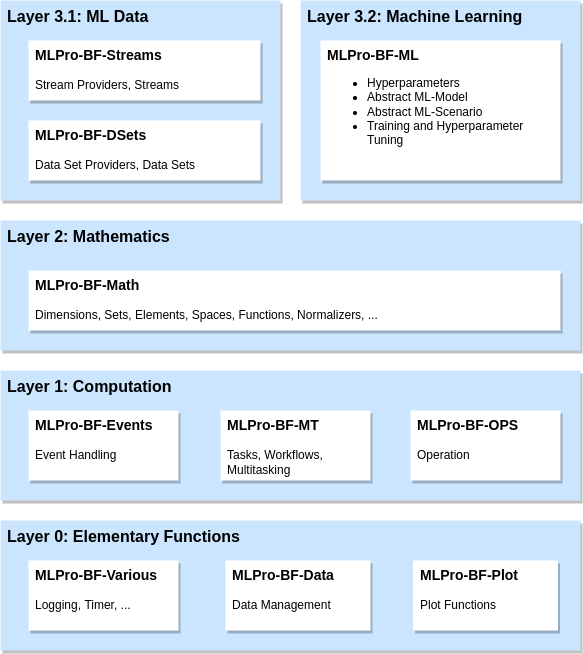
This is doc/rtd/content/append2/core/images/bf/MLPro-BF_Overview.drawio.png from fhswf/MLPro, a draw.io export, as it was before one commit. Source tidied: cells renumbered, new cells last; positions are measured from the earlier drawing's top-left corner, leaving out a move shared by most shapes.
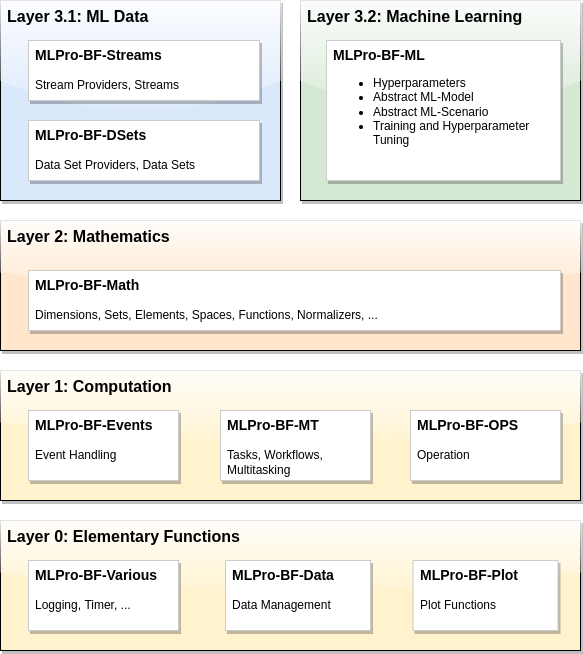
The same file after the commit.

Change to the diagram source:
```diff
@@ -2,49 +2,49 @@
   <root>
     <mxCell id="0" />
     <mxCell id="1" parent="0" />
-    <mxCell id="2" value="Layer 0: Elementary Functions" style="rounded=0;whiteSpace=wrap;html=1;shadow=1;glass=0;fontSize=16;align=left;labelPosition=center;verticalLabelPosition=middle;verticalAlign=top;spacingLeft=5;fontStyle=1;strokeColor=none;fillColor=#cce5ff;gradientColor=none;" parent="1" vertex="1">
+    <mxCell id="2" value="Layer 0: Elementary Functions" style="rounded=0;whiteSpace=wrap;html=1;shadow=1;glass=1;fontSize=16;align=left;labelPosition=center;verticalLabelPosition=middle;verticalAlign=top;spacingLeft=5;fontStyle=1;strokeColor=default;fillColor=#fff2cc;strokeWidth=1;fontFamily=Helvetica;" parent="1" vertex="1">
       <mxGeometry y="520" width="580" height="130" as="geometry" />
     </mxCell>
-    <mxCell id="3" value="Layer 3.2: Machine Learning" style="rounded=0;whiteSpace=wrap;html=1;shadow=1;glass=0;fontSize=16;dashed=1;align=left;labelPosition=center;verticalLabelPosition=middle;verticalAlign=top;spacingLeft=5;spacingRight=5;fontStyle=1;fillColor=#cce5ff;strokeColor=none;" parent="1" vertex="1">
+    <mxCell id="3" value="Layer 3.2: Machine Learning" style="rounded=0;whiteSpace=wrap;html=1;shadow=1;glass=1;fontSize=16;align=left;labelPosition=center;verticalLabelPosition=middle;verticalAlign=top;spacingLeft=5;spacingRight=5;fontStyle=1;fillColor=#d5e8d4;strokeColor=default;gradientColor=none;strokeWidth=1;" parent="1" vertex="1">
       <mxGeometry x="300" width="280" height="200" as="geometry" />
     </mxCell>
-    <mxCell id="4" value="Layer 3.1: ML Data" style="rounded=0;whiteSpace=wrap;html=1;shadow=1;glass=0;fontSize=16;dashed=1;align=left;labelPosition=center;verticalLabelPosition=middle;verticalAlign=top;spacingLeft=5;spacingRight=5;fontStyle=1;fillColor=#cce5ff;strokeColor=none;" parent="1" vertex="1">
+    <mxCell id="4" value="Layer 3.1: ML Data" style="rounded=0;whiteSpace=wrap;html=1;shadow=1;glass=1;fontSize=16;align=left;labelPosition=center;verticalLabelPosition=middle;verticalAlign=top;spacingLeft=5;spacingRight=5;fontStyle=1;fillColor=#dae8fc;strokeColor=default;strokeWidth=1;" parent="1" vertex="1">
       <mxGeometry width="280" height="200" as="geometry" />
     </mxCell>
-    <mxCell id="5" value="Layer 2: Mathematics" style="rounded=0;whiteSpace=wrap;html=1;shadow=1;glass=0;fontSize=16;dashed=1;align=left;labelPosition=center;verticalLabelPosition=middle;verticalAlign=top;spacingLeft=5;fontStyle=1;fillColor=#cce5ff;strokeColor=none;gradientColor=none;" parent="1" vertex="1">
+    <mxCell id="5" value="Layer 2: Mathematics" style="rounded=0;whiteSpace=wrap;html=1;shadow=1;glass=1;fontSize=16;align=left;labelPosition=center;verticalLabelPosition=middle;verticalAlign=top;spacingLeft=5;fontStyle=1;fillColor=#ffe6cc;strokeColor=default;strokeWidth=1;" parent="1" vertex="1">
       <mxGeometry y="220" width="580" height="130" as="geometry" />
     </mxCell>
-    <mxCell id="6" value="Layer 1: Computation" style="rounded=0;whiteSpace=wrap;html=1;shadow=1;glass=0;fontSize=16;dashed=1;align=left;labelPosition=center;verticalLabelPosition=middle;verticalAlign=top;spacingLeft=5;fontStyle=1;fillColor=#cce5ff;strokeColor=none;gradientColor=none;" parent="1" vertex="1">
+    <mxCell id="6" value="Layer 1: Computation" style="rounded=0;whiteSpace=wrap;html=1;shadow=1;glass=1;fontSize=16;align=left;labelPosition=center;verticalLabelPosition=middle;verticalAlign=top;spacingLeft=5;fontStyle=1;fillColor=#fff2cc;strokeColor=default;strokeWidth=1;" parent="1" vertex="1">
       <mxGeometry y="370" width="580" height="130" as="geometry" />
     </mxCell>
-    <mxCell id="7" value="&lt;font style=&quot;font-size: 14px;&quot;&gt;MLPro-BF-Various&lt;/font&gt;&lt;br&gt;&lt;span style=&quot;font-weight: normal;&quot;&gt;&lt;br&gt;Logging, Timer, ...&lt;/span&gt;" style="rounded=0;whiteSpace=wrap;html=1;glass=0;shadow=1;align=left;verticalAlign=top;fontStyle=1;spacingLeft=5;strokeColor=none;" parent="1" vertex="1">
+    <mxCell id="7" value="&lt;font style=&quot;font-size: 14px;&quot;&gt;MLPro-BF-Various&lt;/font&gt;&lt;br&gt;&lt;span style=&quot;font-weight: normal;&quot;&gt;&lt;br&gt;Logging, Timer, ...&lt;/span&gt;" style="rounded=0;whiteSpace=wrap;html=1;glass=0;shadow=1;align=left;verticalAlign=top;fontStyle=1;spacingLeft=5;strokeColor=#CCCCCC;" parent="1" vertex="1">
       <mxGeometry x="28" y="560" width="150" height="70" as="geometry" />
     </mxCell>
-    <mxCell id="8" value="&lt;font style=&quot;font-size: 14px;&quot;&gt;MLPro-BF-Math&lt;br&gt;&lt;/font&gt;&lt;span style=&quot;font-weight: normal;&quot;&gt;&lt;br&gt;Dimensions, Sets, Elements, Spaces, Functions, Normalizers, ...&lt;/span&gt;" style="rounded=0;whiteSpace=wrap;html=1;glass=0;shadow=1;align=left;verticalAlign=top;fontStyle=1;spacingLeft=5;strokeColor=none;" parent="1" vertex="1">
+    <mxCell id="8" value="&lt;font style=&quot;font-size: 14px;&quot;&gt;MLPro-BF-Math&lt;br&gt;&lt;/font&gt;&lt;span style=&quot;font-weight: normal;&quot;&gt;&lt;br&gt;Dimensions, Sets, Elements, Spaces, Functions, Normalizers, ...&lt;/span&gt;" style="rounded=0;whiteSpace=wrap;html=1;glass=0;shadow=1;align=left;verticalAlign=top;fontStyle=1;spacingLeft=5;strokeColor=#CCCCCC;" parent="1" vertex="1">
       <mxGeometry x="28" y="270" width="532" height="60" as="geometry" />
     </mxCell>
-    <mxCell id="9" value="&lt;font style=&quot;font-size: 14px;&quot;&gt;MLPro-BF-Events&lt;/font&gt;&lt;br&gt;&lt;br&gt;&lt;span style=&quot;font-weight: normal;&quot;&gt;Event Handling&lt;/span&gt;" style="rounded=0;whiteSpace=wrap;html=1;glass=0;shadow=1;align=left;verticalAlign=top;fontStyle=1;spacingLeft=5;strokeColor=none;" parent="1" vertex="1">
+    <mxCell id="9" value="&lt;font style=&quot;font-size: 14px;&quot;&gt;MLPro-BF-Events&lt;/font&gt;&lt;br&gt;&lt;br&gt;&lt;span style=&quot;font-weight: normal;&quot;&gt;Event Handling&lt;/span&gt;" style="rounded=0;whiteSpace=wrap;html=1;glass=0;shadow=1;align=left;verticalAlign=top;fontStyle=1;spacingLeft=5;strokeColor=#CCCCCC;" parent="1" vertex="1">
       <mxGeometry x="28" y="410" width="150" height="70" as="geometry" />
     </mxCell>
-    <mxCell id="10" value="&lt;font style=&quot;font-size: 14px;&quot;&gt;MLPro-BF-MT &lt;/font&gt;&lt;br&gt;&lt;br&gt;&lt;span style=&quot;font-weight: normal;&quot;&gt;Tasks, Workflows, Multitasking&amp;nbsp;&lt;/span&gt;" style="rounded=0;whiteSpace=wrap;html=1;glass=0;shadow=1;align=left;verticalAlign=top;fontStyle=1;spacingLeft=5;strokeColor=none;" parent="1" vertex="1">
+    <mxCell id="10" value="&lt;font style=&quot;font-size: 14px;&quot;&gt;MLPro-BF-MT &lt;/font&gt;&lt;br&gt;&lt;br&gt;&lt;span style=&quot;font-weight: normal;&quot;&gt;Tasks, Workflows, Multitasking&amp;nbsp;&lt;/span&gt;" style="rounded=0;whiteSpace=wrap;html=1;glass=0;shadow=1;align=left;verticalAlign=top;fontStyle=1;spacingLeft=5;strokeColor=#CCCCCC;" parent="1" vertex="1">
       <mxGeometry x="220" y="410" width="150" height="70" as="geometry" />
     </mxCell>
-    <mxCell id="11" value="&lt;font style=&quot;font-size: 14px;&quot;&gt;MLPro-BF-Streams&lt;/font&gt;&lt;br&gt;&lt;br&gt;&lt;span style=&quot;font-weight: normal;&quot;&gt;Stream Providers, Streams&lt;/span&gt;" style="rounded=0;whiteSpace=wrap;html=1;glass=0;shadow=1;align=left;verticalAlign=top;fontStyle=1;spacingLeft=5;strokeColor=none;" parent="1" vertex="1">
-      <mxGeometry x="28" y="40" width="232" height="60" as="geometry" />
+    <mxCell id="11" value="&lt;font style=&quot;font-size: 14px;&quot;&gt;MLPro-BF-Streams&lt;/font&gt;&lt;br&gt;&lt;br&gt;&lt;span style=&quot;font-weight: normal;&quot;&gt;Stream Providers, Streams&lt;/span&gt;" style="rounded=0;whiteSpace=wrap;html=1;glass=0;shadow=1;align=left;verticalAlign=top;fontStyle=1;spacingLeft=5;strokeColor=#CCCCCC;" parent="1" vertex="1">
+      <mxGeometry x="28" y="40" width="231" height="60" as="geometry" />
     </mxCell>
-    <mxCell id="12" value="&lt;font style=&quot;font-size: 14px;&quot;&gt;MLPro-BF-Data&lt;/font&gt;&lt;br&gt;&lt;span style=&quot;font-weight: normal;&quot;&gt;&lt;br&gt;Data Management&lt;/span&gt;" style="rounded=0;whiteSpace=wrap;html=1;glass=0;shadow=1;align=left;verticalAlign=top;fontStyle=1;spacingLeft=5;strokeColor=none;" parent="1" vertex="1">
+    <mxCell id="12" value="&lt;font style=&quot;font-size: 14px;&quot;&gt;MLPro-BF-Data&lt;/font&gt;&lt;br&gt;&lt;span style=&quot;font-weight: normal;&quot;&gt;&lt;br&gt;Data Management&lt;/span&gt;" style="rounded=0;whiteSpace=wrap;html=1;glass=0;shadow=1;align=left;verticalAlign=top;fontStyle=1;spacingLeft=5;strokeColor=#CCCCCC;" parent="1" vertex="1">
       <mxGeometry x="225" y="560" width="145" height="70" as="geometry" />
     </mxCell>
-    <mxCell id="13" value="&lt;font style=&quot;font-size: 14px;&quot;&gt;MLPro-BF-ML&lt;/font&gt;&lt;span style=&quot;background-color: initial; font-weight: normal;&quot;&gt;&lt;br&gt;&lt;ul&gt;&lt;li&gt;&lt;span style=&quot;background-color: initial; font-weight: normal;&quot;&gt;Hyperparameters&lt;/span&gt;&lt;/li&gt;&lt;li&gt;&lt;span style=&quot;background-color: initial; font-weight: normal;&quot;&gt;Abstract ML-Model&lt;/span&gt;&lt;/li&gt;&lt;li&gt;&lt;span style=&quot;background-color: initial; font-weight: normal;&quot;&gt;Abstract ML-Scenario&lt;/span&gt;&lt;/li&gt;&lt;li&gt;&lt;span style=&quot;background-color: initial; font-weight: normal;&quot;&gt;Training and Hyperparameter Tuning&lt;/span&gt;&lt;/li&gt;&lt;/ul&gt;&lt;/span&gt;&lt;blockquote style=&quot;margin: 0 0 0 40px; border: none; padding: 0px;&quot;&gt;&lt;/blockquote&gt;&lt;blockquote style=&quot;margin: 0 0 0 40px; border: none; padding: 0px;&quot;&gt;&lt;/blockquote&gt;" style="rounded=0;whiteSpace=wrap;html=1;glass=0;shadow=1;align=left;verticalAlign=top;fontStyle=1;spacingLeft=5;strokeColor=none;" parent="1" vertex="1">
-      <mxGeometry x="320" y="40" width="240" height="140" as="geometry" />
+    <mxCell id="13" value="&lt;font style=&quot;font-size: 14px;&quot;&gt;MLPro-BF-ML&lt;/font&gt;&lt;span style=&quot;background-color: initial; font-weight: normal;&quot;&gt;&lt;br&gt;&lt;ul&gt;&lt;li&gt;&lt;span style=&quot;background-color: initial; font-weight: normal;&quot;&gt;Hyperparameters&lt;/span&gt;&lt;/li&gt;&lt;li&gt;&lt;span style=&quot;background-color: initial; font-weight: normal;&quot;&gt;Abstract ML-Model&lt;/span&gt;&lt;/li&gt;&lt;li&gt;&lt;span style=&quot;background-color: initial; font-weight: normal;&quot;&gt;Abstract ML-Scenario&lt;/span&gt;&lt;/li&gt;&lt;li&gt;&lt;span style=&quot;background-color: initial; font-weight: normal;&quot;&gt;Training and Hyperparameter Tuning&lt;/span&gt;&lt;/li&gt;&lt;/ul&gt;&lt;/span&gt;&lt;blockquote style=&quot;margin: 0 0 0 40px; border: none; padding: 0px;&quot;&gt;&lt;/blockquote&gt;&lt;blockquote style=&quot;margin: 0 0 0 40px; border: none; padding: 0px;&quot;&gt;&lt;/blockquote&gt;" style="rounded=0;whiteSpace=wrap;html=1;glass=0;shadow=1;align=left;verticalAlign=top;fontStyle=1;spacingLeft=5;strokeColor=#CCCCCC;" parent="1" vertex="1">
+      <mxGeometry x="326" y="40" width="234" height="140" as="geometry" />
     </mxCell>
-    <mxCell id="14" value="&lt;font style=&quot;font-size: 14px;&quot;&gt;MLPro-BF-Plot&lt;/font&gt;&lt;br&gt;&lt;span style=&quot;font-weight: normal;&quot;&gt;&lt;br&gt;Plot Functions&lt;/span&gt;" style="rounded=0;whiteSpace=wrap;html=1;glass=0;shadow=1;align=left;verticalAlign=top;fontStyle=1;spacingLeft=5;strokeColor=none;" parent="1" vertex="1">
+    <mxCell id="14" value="&lt;font style=&quot;font-size: 14px;&quot;&gt;MLPro-BF-Plot&lt;/font&gt;&lt;br&gt;&lt;span style=&quot;font-weight: normal;&quot;&gt;&lt;br&gt;Plot Functions&lt;/span&gt;" style="rounded=0;whiteSpace=wrap;html=1;glass=0;shadow=1;align=left;verticalAlign=top;fontStyle=1;spacingLeft=5;strokeColor=#CCCCCC;" parent="1" vertex="1">
       <mxGeometry x="412.5" y="560" width="145" height="70" as="geometry" />
     </mxCell>
-    <mxCell id="15" value="&lt;font style=&quot;font-size: 14px;&quot;&gt;MLPro-BF-DSets&lt;/font&gt;&lt;br&gt;&lt;br&gt;&lt;span style=&quot;font-weight: normal;&quot;&gt;Data Set Providers, Data Sets&lt;/span&gt;" style="rounded=0;whiteSpace=wrap;html=1;glass=0;shadow=1;align=left;verticalAlign=top;fontStyle=1;spacingLeft=5;strokeColor=none;" parent="1" vertex="1">
-      <mxGeometry x="28" y="120" width="232" height="60" as="geometry" />
+    <mxCell id="15" value="&lt;font style=&quot;font-size: 14px;&quot;&gt;MLPro-BF-DSets&lt;/font&gt;&lt;br&gt;&lt;br&gt;&lt;span style=&quot;font-weight: normal;&quot;&gt;Data Set Providers, Data Sets&lt;/span&gt;" style="rounded=0;whiteSpace=wrap;html=1;glass=0;shadow=1;align=left;verticalAlign=top;fontStyle=1;spacingLeft=5;strokeColor=#CCCCCC;" parent="1" vertex="1">
+      <mxGeometry x="28" y="120" width="231" height="60" as="geometry" />
     </mxCell>
-    <mxCell id="16" value="&lt;span style=&quot;font-size: 14px;&quot;&gt;MLPro-BF-OPS&lt;br&gt;&lt;/span&gt;&lt;br&gt;&lt;span style=&quot;font-weight: normal;&quot;&gt;Operation&lt;/span&gt;" style="rounded=0;whiteSpace=wrap;html=1;glass=0;shadow=1;align=left;verticalAlign=top;fontStyle=1;spacingLeft=5;strokeColor=none;" parent="1" vertex="1">
+    <mxCell id="16" value="&lt;span style=&quot;font-size: 14px;&quot;&gt;MLPro-BF-OPS&lt;br&gt;&lt;/span&gt;&lt;br&gt;&lt;span style=&quot;font-weight: normal;&quot;&gt;Operation&lt;/span&gt;" style="rounded=0;whiteSpace=wrap;html=1;glass=0;shadow=1;align=left;verticalAlign=top;fontStyle=1;spacingLeft=5;strokeColor=#CCCCCC;" parent="1" vertex="1">
       <mxGeometry x="410" y="410" width="150" height="70" as="geometry" />
     </mxCell>
   </root>
```
